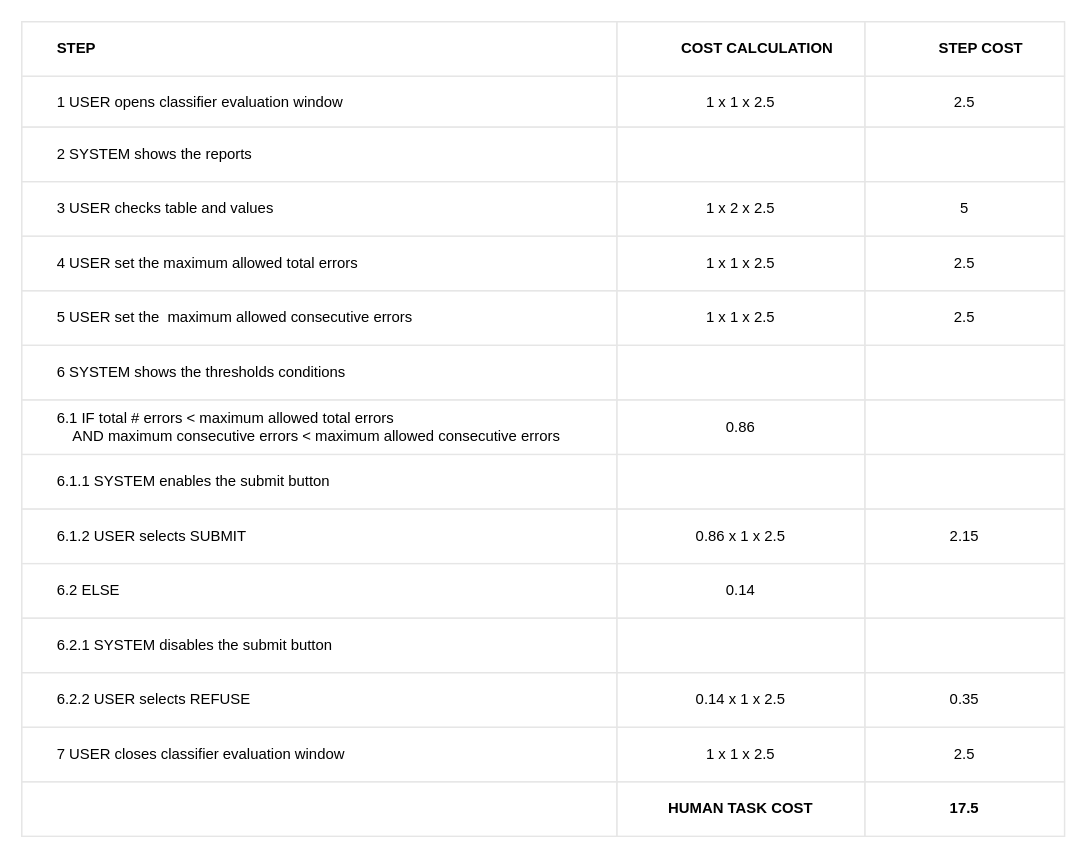
The draw.io diagram evaluate classifier/EVALUATE_CLASSIFIER_TABLE.drawio in BaffoBello14/AutomaticDamagesRecognition, before the edit. Source tidied: cells renumbered, new cells numbered last; positions are measured from the earlier drawing's top-left corner, leaving out a move shared by most shapes. Both pictures are drawn from the tidied source at 124%, with x=0, y=0 at pixel (21, 21).
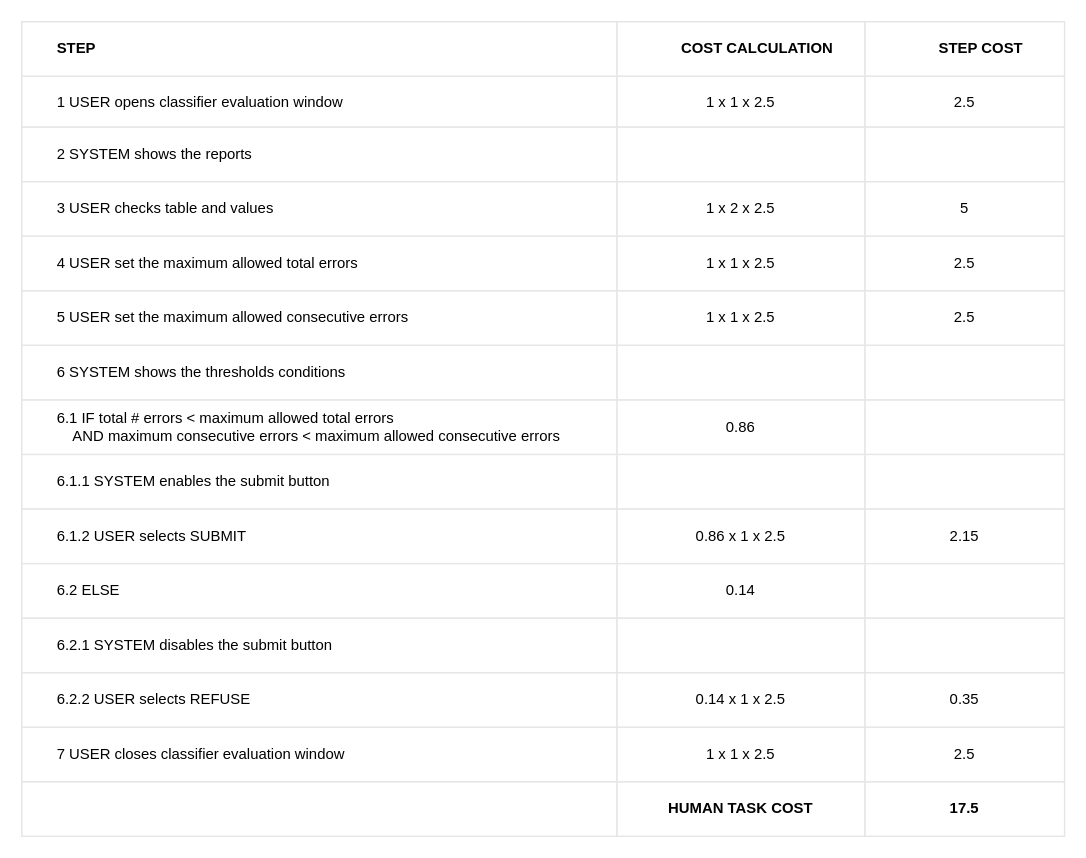
The same diagram, later.

Unchanged cells that the change refers to:
```xml
<mxCell id="23" style="shape=tableRow;horizontal=0;startSize=0;swimlaneHead=0;swimlaneBody=0;top=0;left=0;bottom=0;right=0;fontStyle=0;fillColor=none;strokeColor=inherit;align=center;" parent="2" vertex="1">
  <mxGeometry y="217" width="841" height="44" as="geometry" />
</mxCell>
```

Diff of the diagram source:
```diff
@@
-    <mxCell id="24" value="&lt;span style=&quot;white-space: pre;&quot;&gt;&#9;&lt;/span&gt;5 USER set the&amp;nbsp;&amp;nbsp;maximum allowed&amp;nbsp;consecutive&amp;nbsp;errors&amp;nbsp;" style="strokeColor=inherit;fillColor=none;align=left;whiteSpace=wrap;html=1;labelPosition=center;verticalLabelPosition=middle;verticalAlign=middle;" parent="23" vertex="1">
+    <mxCell id="24" value="&lt;span style=&quot;white-space: pre;&quot;&gt;&#9;&lt;/span&gt;5 USER set the maximum allowed&amp;nbsp;consecutive&amp;nbsp;errors&amp;nbsp;" style="strokeColor=inherit;fillColor=none;align=left;whiteSpace=wrap;html=1;labelPosition=center;verticalLabelPosition=middle;verticalAlign=middle;" parent="23" vertex="1">
       <mxGeometry width="480" height="44" as="geometry" />
     </mxCell>
```
